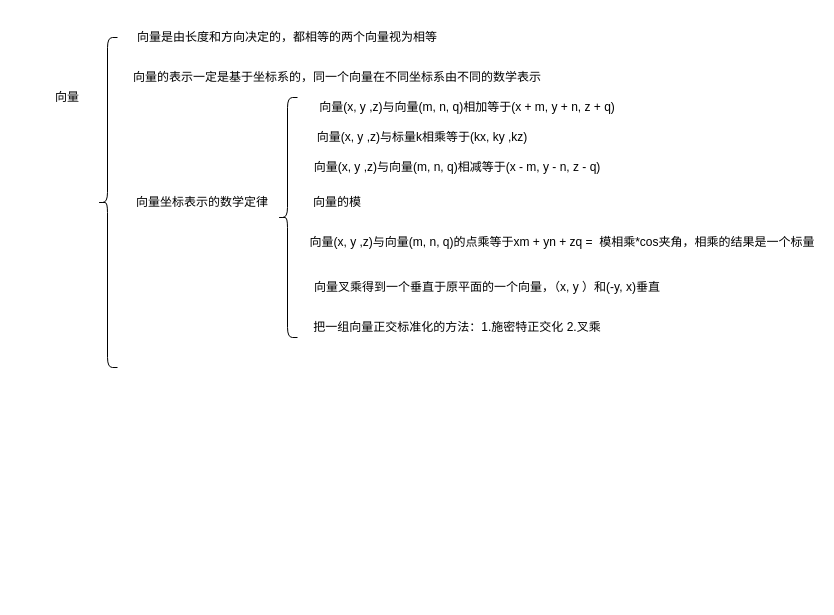
This is DX11.drawio from lch15/lch15.github.io, a draw.io file, before an edit. Source tidied: cells renumbered, new cells numbered last; positions are measured from the earlier drawing's top-left corner, leaving out a move shared by most shapes. Both pictures are drawn from the tidied source at 100%, with x=0, y=0 at pixel (17, 17).
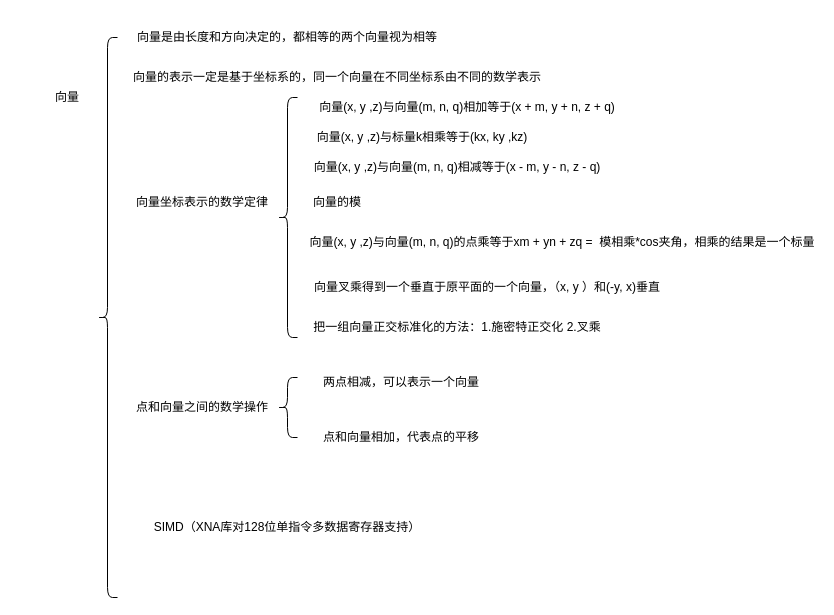
Above is the later version.

Diff of the diagram source:
```diff
@@
 <mxGraphModel>
   <root>
     <mxCell id="0" />
     <mxCell id="1" parent="0" />
     <mxCell id="2" value="向量" style="text;html=1;strokeColor=none;fillColor=none;align=center;verticalAlign=middle;whiteSpace=wrap;rounded=0;" parent="1" vertex="1">
       <mxGeometry y="60" width="100" height="40" as="geometry" />
     </mxCell>
     <mxCell id="3" style="shape=curlyBracket;whiteSpace=wrap;html=1;rounded=1;" parent="1" vertex="1">
-      <mxGeometry x="80" y="20" width="20" height="330" as="geometry" />
+      <mxGeometry x="80" y="20" width="20" height="560" as="geometry" />
     </mxCell>
     <mxCell id="4" value="向量是由长度和方向决定的，都相等的两个向量视为相等" style="text;html=1;strokeColor=none;fillColor=none;align=center;verticalAlign=middle;whiteSpace=wrap;rounded=0;" parent="1" vertex="1">
       <mxGeometry x="90" width="360" height="40" as="geometry" />
     </mxCell>
     <mxCell id="5" value="向量的表示一定是基于坐标系的，同一个向量在不同坐标系由不同的数学表示" style="text;html=1;strokeColor=none;fillColor=none;align=center;verticalAlign=middle;whiteSpace=wrap;rounded=0;" parent="1" vertex="1">
       <mxGeometry x="90" y="40" width="460" height="40" as="geometry" />
     </mxCell>
     <mxCell id="6" value="向量坐标表示的数学定律" style="text;html=1;strokeColor=none;fillColor=none;align=center;verticalAlign=middle;whiteSpace=wrap;rounded=0;" parent="1" vertex="1">
       <mxGeometry x="100" y="165" width="170" height="40" as="geometry" />
     </mxCell>
     <mxCell id="7" style="shape=curlyBracket;whiteSpace=wrap;html=1;rounded=1;" parent="1" vertex="1">
       <mxGeometry x="260" y="80" width="20" height="240" as="geometry" />
     </mxCell>
     <mxCell id="8" value="向量(x, y ,z)与向量(m, n, q)相加等于(x + m, y + n, z + q)" style="text;html=1;strokeColor=none;fillColor=none;align=center;verticalAlign=middle;whiteSpace=wrap;rounded=0;" parent="1" vertex="1">
       <mxGeometry x="290" y="70" width="320" height="40" as="geometry" />
     </mxCell>
     <mxCell id="9" value="向量(x, y ,z)与标量k相乘等于(kx, ky ,kz)" style="text;html=1;strokeColor=none;fillColor=none;align=center;verticalAlign=middle;whiteSpace=wrap;rounded=0;" parent="1" vertex="1">
       <mxGeometry x="280" y="100" width="250" height="40" as="geometry" />
     </mxCell>
     <mxCell id="10" value="向量(x, y ,z)与向量(m, n, q)相减等于(x - m, y - n, z - q)" style="text;html=1;strokeColor=none;fillColor=none;align=center;verticalAlign=middle;whiteSpace=wrap;rounded=0;" parent="1" vertex="1">
       <mxGeometry x="280" y="130" width="320" height="40" as="geometry" />
     </mxCell>
     <mxCell id="11" value="向量的模" style="text;html=1;strokeColor=none;fillColor=none;align=center;verticalAlign=middle;whiteSpace=wrap;rounded=0;" parent="1" vertex="1">
       <mxGeometry x="280" y="165" width="80" height="40" as="geometry" />
     </mxCell>
     <mxCell id="12" value="向量(x, y ,z)与向量(m, n, q)的点乘等于xm + yn + zq =&amp;nbsp; 模相乘*cos夹角，相乘的结果是一个标量" style="text;html=1;strokeColor=none;fillColor=none;align=center;verticalAlign=middle;whiteSpace=wrap;rounded=0;" parent="1" vertex="1">
       <mxGeometry x="290" y="205" width="510" height="40" as="geometry" />
     </mxCell>
     <mxCell id="13" value="向量叉乘得到一个垂直于原平面的一个向量，（x, y ）和(-y, x)垂直" style="text;html=1;strokeColor=none;fillColor=none;align=center;verticalAlign=middle;whiteSpace=wrap;rounded=0;" parent="1" vertex="1">
       <mxGeometry x="290" y="250" width="360" height="40" as="geometry" />
     </mxCell>
     <mxCell id="14" value="把一组向量正交标准化的方法：1.施密特正交化 2.叉乘" style="text;html=1;strokeColor=none;fillColor=none;align=center;verticalAlign=middle;whiteSpace=wrap;rounded=0;" parent="1" vertex="1">
       <mxGeometry x="260" y="290" width="360" height="40" as="geometry" />
     </mxCell>
+    <mxCell id="15" value="点和向量之间的数学操作" style="text;html=1;strokeColor=none;fillColor=none;align=center;verticalAlign=middle;whiteSpace=wrap;rounded=0;" parent="1" vertex="1">
+      <mxGeometry x="100" y="370" width="170" height="40" as="geometry" />
+    </mxCell>
+    <mxCell id="16" style="shape=curlyBracket;whiteSpace=wrap;html=1;rounded=1;" parent="1" vertex="1">
+      <mxGeometry x="260" y="360" width="20" height="60" as="geometry" />
+    </mxCell>
+    <mxCell id="17" value="两点相减，可以表示一个向量" style="text;html=1;strokeColor=none;fillColor=none;align=center;verticalAlign=middle;whiteSpace=wrap;rounded=0;" parent="1" vertex="1">
+      <mxGeometry x="279" y="345" width="210" height="40" as="geometry" />
+    </mxCell>
+    <mxCell id="18" value="点和向量相加，代表点的平移" style="text;html=1;strokeColor=none;fillColor=none;align=center;verticalAlign=middle;whiteSpace=wrap;rounded=0;" parent="1" vertex="1">
+      <mxGeometry x="279" y="400" width="210" height="40" as="geometry" />
+    </mxCell>
+    <mxCell id="19" value="SIMD（XNA库对128位单指令多数据寄存器支持）" style="text;html=1;strokeColor=none;fillColor=none;align=center;verticalAlign=middle;whiteSpace=wrap;rounded=0;" parent="1" vertex="1">
+      <mxGeometry x="100" y="490" width="340" height="40" as="geometry" />
+    </mxCell>
   </root>
 </mxGraphModel>
```
